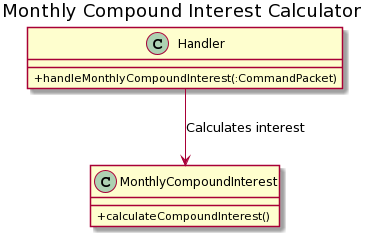
nus-cs2113-AY2021S1/tp keeps this PlantUML diagram as docs/uml_images/financetools/YearlyMonthlyCompoundInterest/MonthlyCompoundInterestClassDiagram.png. Above is the earlier version. Source of this version:
```plantuml
@startuml
title Monthly Compound Interest Calculator
skinparam classAttributeIconSize 0
class Handler {
 +handleMonthlyCompoundInterest(:CommandPacket)
}

class MonthlyCompoundInterest {
 +calculateCompoundInterest()
}

Handler --> MonthlyCompoundInterest : Calculates interest
@enduml
```
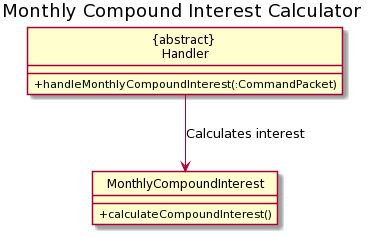
The same diagram one commit later.

The edit, as a diff of the source:
```diff
@@ -1,7 +1,8 @@
 @startuml
+hide circle
 title Monthly Compound Interest Calculator
 skinparam classAttributeIconSize 0
-class Handler {
+class "{abstract} \nHandler" {
  +handleMonthlyCompoundInterest(:CommandPacket)
 }
 
@@ -9,5 +10,5 @@
  +calculateCompoundInterest()
 }
 
-Handler --> MonthlyCompoundInterest : Calculates interest
+"{abstract} \nHandler" --> MonthlyCompoundInterest : Calculates interest
 @enduml
```
